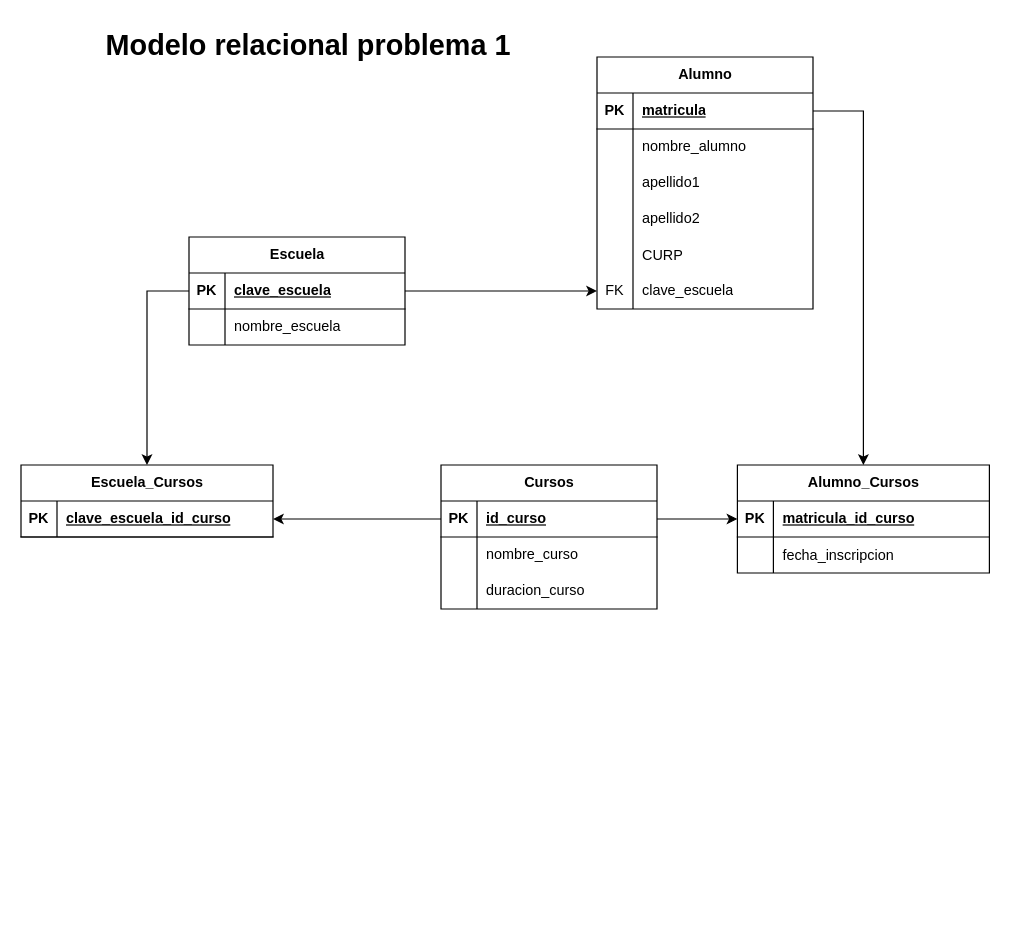
The draw.io diagram page "Problema-1-MR" (3 of 9) of TASK_1/Problemas.drawio in itsFDavid/Bases-de-datos, before the edit. Source tidied: cells renumbered, new cells numbered last; positions are measured from the earlier drawing's top-left corner, leaving out a move shared by most shapes. Both pictures are drawn from the tidied source at 120%, with x=0, y=0 at pixel (20, 20).
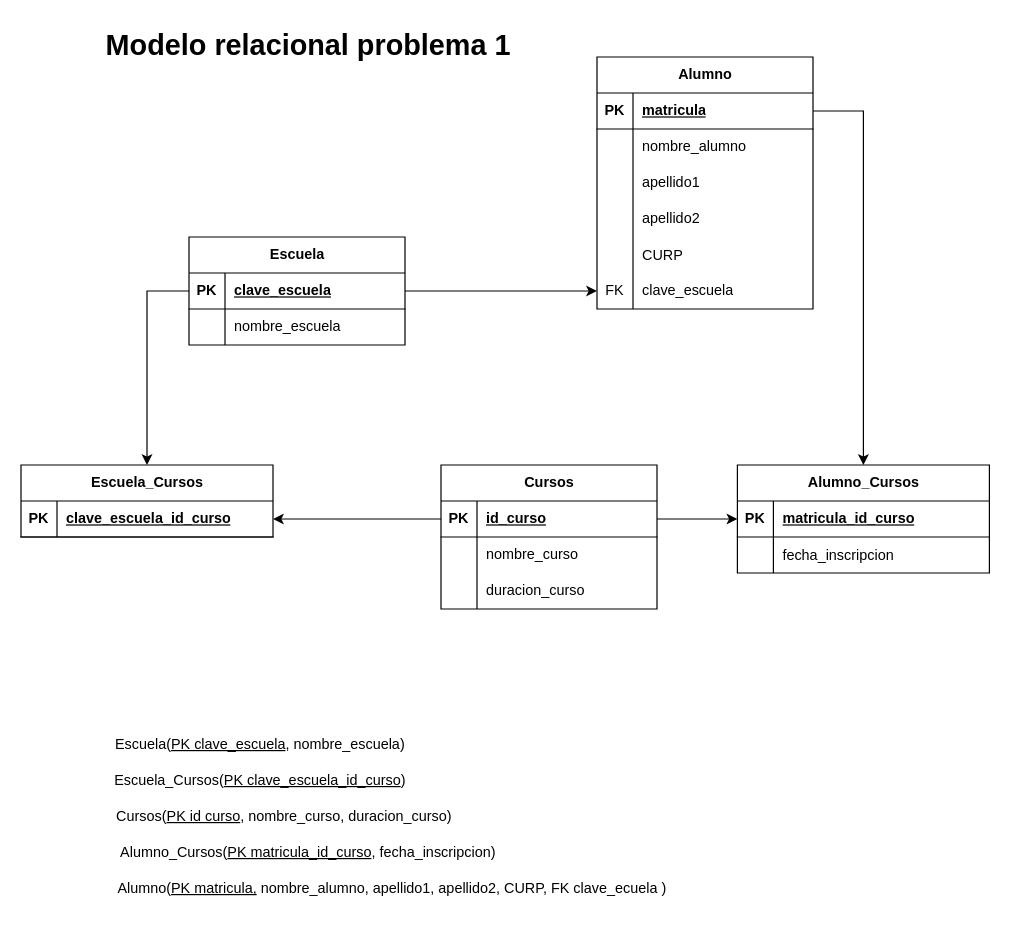
After the change.

Commit message:
add description the tables of problem 1

Change to the diagram source:
```diff
@@
+    <mxCell id="55" value="Escuela(&lt;u&gt;PK clave_escuela&lt;/u&gt;, nombre_escuela)" style="text;html=1;align=center;verticalAlign=middle;strokeColor=none;fillColor=none;" parent="1" vertex="1">
+      <mxGeometry x="69" y="588" width="260" height="30" as="geometry" />
+    </mxCell>
+    <mxCell id="56" value="Escuela_Cursos(&lt;u&gt;PK clave_escuela_id_curso&lt;/u&gt;)" style="text;html=1;align=center;verticalAlign=middle;strokeColor=none;fillColor=none;" parent="1" vertex="1">
+      <mxGeometry x="64" y="618" width="270" height="30" as="geometry" />
+    </mxCell>
+    <mxCell id="57" value="Cursos(&lt;u&gt;PK id curso&lt;/u&gt;, nombre_curso, duracion_curso)" style="text;html=1;align=center;verticalAlign=middle;strokeColor=none;fillColor=none;" parent="1" vertex="1">
+      <mxGeometry x="69" y="648" width="300" height="30" as="geometry" />
+    </mxCell>
+    <mxCell id="58" value="Alumno_Cursos(&lt;u&gt;PK matricula_id_curso&lt;/u&gt;, fecha_inscripcion)" style="text;html=1;align=center;verticalAlign=middle;strokeColor=none;fillColor=none;" parent="1" vertex="1">
+      <mxGeometry x="69" y="678" width="340" height="30" as="geometry" />
+    </mxCell>
+    <mxCell id="59" value="Alumno(&lt;u&gt;PK matricula,&lt;/u&gt; nombre_alumno, apellido1, apellido2, CURP, FK clave_ecuela&amp;nbsp;)" style="text;html=1;align=center;verticalAlign=middle;strokeColor=none;fillColor=none;" parent="1" vertex="1">
+      <mxGeometry x="69" y="708" width="480" height="30" as="geometry" />
+    </mxCell>
```
